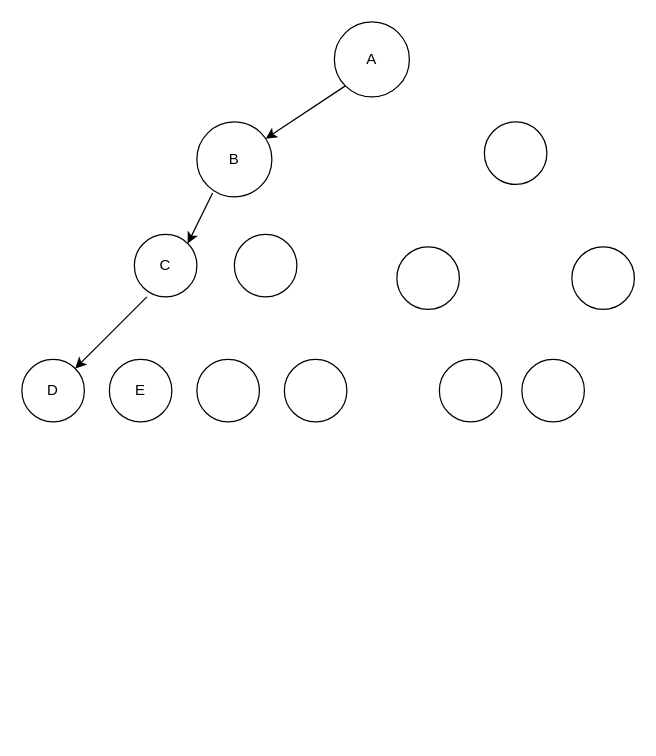
Above: Untitled Diagram.drawio in llqhz/com (draw.io), before the change. Source tidied: cells renumbered, new cells numbered last; positions are measured from the earlier drawing's top-left corner, leaving out a move shared by most shapes. Both pictures are drawn from the tidied source at 125%, with x=0, y=0 at pixel (21, 21).
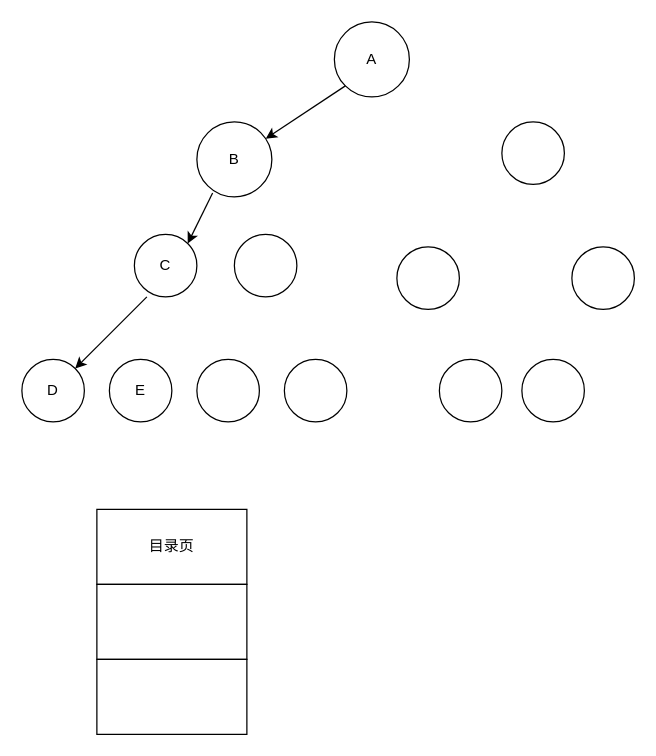
The same diagram, later.

What changed in the source:
```diff
@@
     <mxCell id="8" style="ellipse;whiteSpace=wrap;html=1;" parent="1" vertex="1">
-      <mxGeometry x="370" y="80" width="50" height="50" as="geometry" />
+      <mxGeometry x="384" y="80" width="50" height="50" as="geometry" />
     </mxCell>
@@
+    <mxCell id="18" value="目录页" style="rounded=0;whiteSpace=wrap;html=1;" parent="1" vertex="1">
+      <mxGeometry x="60" y="390" width="120" height="60" as="geometry" />
+    </mxCell>
+    <mxCell id="19" style="rounded=0;whiteSpace=wrap;html=1;" parent="1" vertex="1">
+      <mxGeometry x="60" y="450" width="120" height="60" as="geometry" />
+    </mxCell>
+    <mxCell id="20" style="rounded=0;whiteSpace=wrap;html=1;" parent="1" vertex="1">
+      <mxGeometry x="60" y="510" width="120" height="60" as="geometry" />
+    </mxCell>
```
